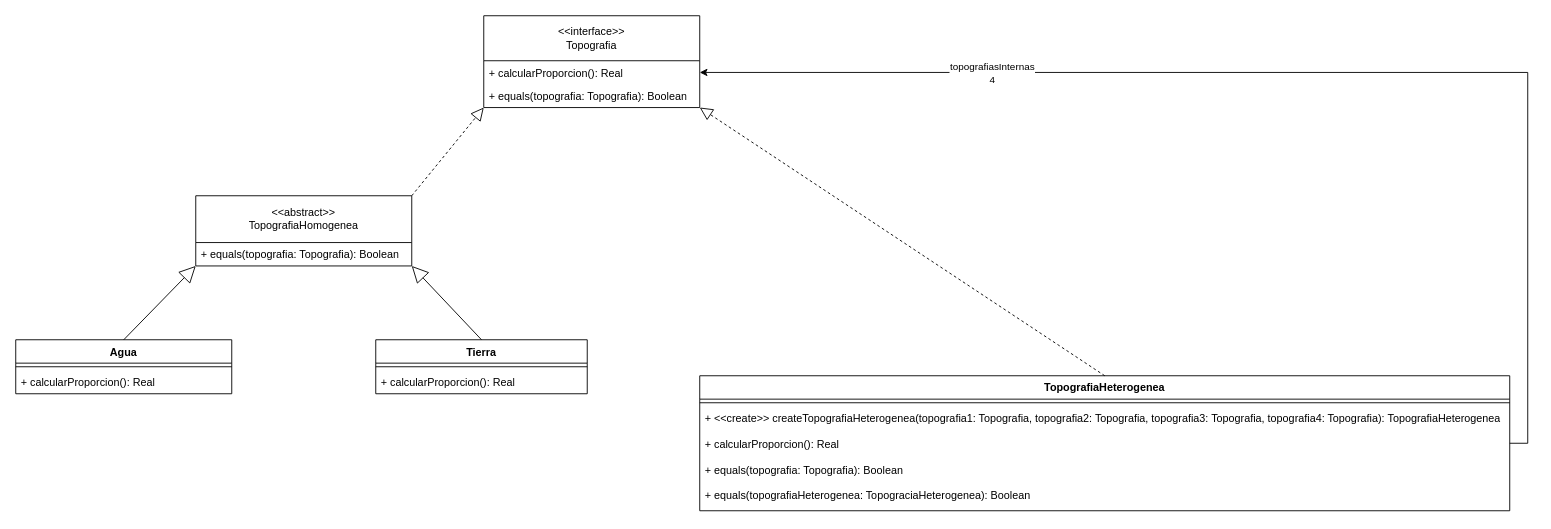
Earlier version of the draw.io diagram ejercicio6-topografia/diagrama.drawio (Jarvo98/OO2). Source tidied: cells renumbered, new cells numbered last; positions are measured from the earlier drawing's top-left corner, leaving out a move shared by most shapes. Both pictures are drawn from the tidied source at 90%, with x=0, y=0 at pixel (15, 15).
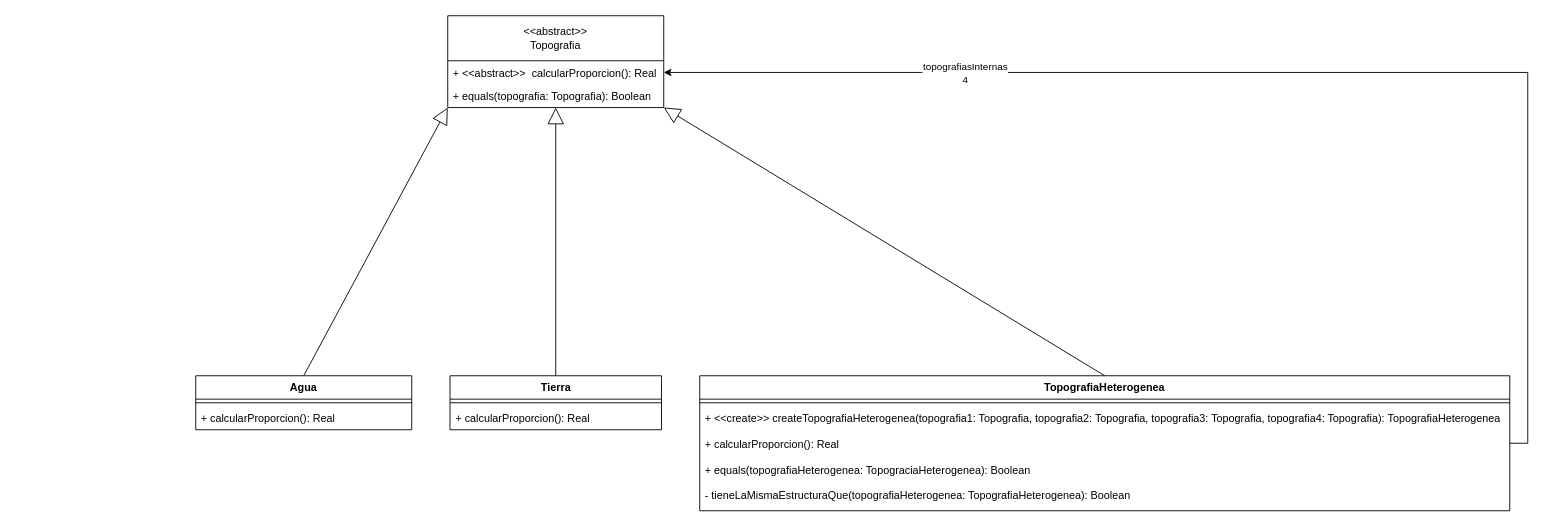
The same page after the edit.

Unchanged cells that the change refers to:
```xml
<mxCell id="13" value="TopografiaHeterogenea" style="swimlane;fontStyle=1;align=center;verticalAlign=top;horizontal=1;startSize=26;whiteSpace=wrap;html=1;" parent="1" vertex="1">
  <mxGeometry x="760" y="400" width="900" height="150" as="geometry" />
</mxCell>
```

What changed in the source:
```diff
@@
-    <mxCell id="2" value="&lt;div&gt;&amp;lt;&amp;lt;interface&amp;gt;&amp;gt;&lt;/div&gt;&lt;div&gt;Topografia&lt;br&gt;&lt;/div&gt;" style="swimlane;fontStyle=0;horizontal=1;startSize=50;fillColor=none;whiteSpace=wrap;html=1;" parent="1" vertex="1">
-      <mxGeometry x="520" width="240" height="102" as="geometry" />
+    <mxCell id="2" value="&lt;div&gt;&amp;lt;&amp;lt;abstract&amp;gt;&amp;gt;&lt;/div&gt;&lt;div&gt;Topografia&lt;br&gt;&lt;/div&gt;" style="swimlane;fontStyle=0;horizontal=1;startSize=50;fillColor=none;whiteSpace=wrap;html=1;" parent="1" vertex="1">
+      <mxGeometry x="480" width="240" height="102" as="geometry" />
     </mxCell>
-    <mxCell id="3" value="&lt;div&gt;+ calcularProporcion(): Real&lt;/div&gt;" style="text;strokeColor=none;fillColor=none;align=left;verticalAlign=top;spacingLeft=4;spacingRight=4;overflow=hidden;points=[[0,0.5],[1,0.5]];portConstraint=eastwest;whiteSpace=wrap;html=1;" parent="2" vertex="1">
+    <mxCell id="3" value="&lt;div&gt;+ &amp;lt;&amp;lt;abstract&amp;gt;&amp;gt;&amp;nbsp; calcularProporcion(): Real&lt;/div&gt;" style="text;strokeColor=none;fillColor=none;align=left;verticalAlign=top;spacingLeft=4;spacingRight=4;overflow=hidden;points=[[0,0.5],[1,0.5]];portConstraint=eastwest;whiteSpace=wrap;html=1;" parent="2" vertex="1">
       <mxGeometry y="50" width="240" height="26" as="geometry" />
     </mxCell>
@@
     <mxCell id="5" value="Agua" style="swimlane;fontStyle=1;align=center;verticalAlign=top;horizontal=1;startSize=26;whiteSpace=wrap;html=1;" parent="1" vertex="1">
-      <mxGeometry y="360" width="240" height="60" as="geometry" />
+      <mxGeometry x="200" y="400" width="240" height="60" as="geometry" />
     </mxCell>
@@
     <mxCell id="8" value="Tierra" style="swimlane;fontStyle=1;align=center;verticalAlign=top;horizontal=1;startSize=26;whiteSpace=wrap;html=1;" parent="1" vertex="1">
-      <mxGeometry x="400" y="360" width="235" height="60" as="geometry" />
+      <mxGeometry x="482.5" y="400" width="235" height="60" as="geometry" />
     </mxCell>
@@
-    <mxCell id="15" value="&lt;div&gt;+ &amp;lt;&amp;lt;create&amp;gt;&amp;gt; createTopografiaHeterogenea(topografia1: Topografia, topografia2: Topografia, topografia3: Topografia, topografia4: Topografia):&amp;nbsp;TopografiaHeterogenea&lt;br&gt; &lt;/div&gt;&lt;div&gt;&lt;br&gt;&lt;/div&gt;&lt;div&gt;+ calcularProporcion(): Real&lt;/div&gt;&lt;div&gt;&lt;br&gt;&lt;/div&gt;&lt;div&gt;+ equals(topografia: Topografia): Boolean&lt;/div&gt;&lt;div&gt;&lt;br&gt;&lt;/div&gt;&lt;div&gt;+ equals(topografiaHeterogenea: TopograciaHeterogenea): Boolean&lt;br&gt;&lt;/div&gt;" style="text;strokeColor=none;fillColor=none;align=left;verticalAlign=top;spacingLeft=4;spacingRight=4;overflow=hidden;whiteSpace=wrap;html=1;" parent="13" vertex="1">
+    <mxCell id="15" value="&lt;div&gt;+ &amp;lt;&amp;lt;create&amp;gt;&amp;gt; createTopografiaHeterogenea(topografia1: Topografia, topografia2: Topografia, topografia3: Topografia, topografia4: Topografia):&amp;nbsp;TopografiaHeterogenea&lt;br&gt; &lt;/div&gt;&lt;div&gt;&lt;br&gt;&lt;/div&gt;&lt;div&gt;+ calcularProporcion(): Real&lt;/div&gt;&lt;div&gt;&lt;br&gt;&lt;/div&gt;&lt;div&gt;+ equals(topografiaHeterogenea: TopograciaHeterogenea): Boolean&lt;/div&gt;&lt;div&gt;&lt;br&gt;&lt;/div&gt;&lt;div&gt;- tieneLaMismaEstructuraQue(topografiaHeterogenea: TopografiaHeterogenea): Boolean&lt;br&gt;&lt;/div&gt;" style="text;strokeColor=none;fillColor=none;align=left;verticalAlign=top;spacingLeft=4;spacingRight=4;overflow=hidden;whiteSpace=wrap;html=1;" parent="13" vertex="1">
       <mxGeometry y="34" width="900" height="116" as="geometry" />
     </mxCell>
-    <mxCell id="16" value="&lt;div&gt;&amp;lt;&amp;lt;abstract&amp;gt;&amp;gt;&lt;/div&gt;&lt;div&gt;TopografiaHomogenea&lt;br&gt;&lt;/div&gt;" style="swimlane;fontStyle=0;horizontal=1;startSize=52;fillColor=none;whiteSpace=wrap;html=1;" parent="1" vertex="1">
-      <mxGeometry x="200" y="200" width="240" height="78" as="geometry" />
-    </mxCell>
-    <mxCell id="17" value="+ equals(topografia: Topografia): Boolean" style="text;strokeColor=none;fillColor=none;align=left;verticalAlign=top;spacingLeft=4;spacingRight=4;overflow=hidden;whiteSpace=wrap;html=1;" parent="16" vertex="1">
-      <mxGeometry y="52" width="240" height="26" as="geometry" />
-    </mxCell>
-    <mxCell id="18" style="endArrow=block;endSize=16;endFill=0;html=1;rounded=0;exitX=0.5;exitY=0;exitDx=0;exitDy=0;entryX=0;entryY=1;entryDx=0;entryDy=0;" parent="1" edge="1" source="5" target="16">
+    <mxCell id="18" style="endArrow=block;endSize=16;endFill=0;html=1;rounded=0;exitX=0.5;exitY=0;exitDx=0;exitDy=0;entryX=0;entryY=1;entryDx=0;entryDy=0;" parent="1" edge="1" source="5" target="2">
       <mxGeometry relative="1" as="geometry" />
     </mxCell>
-    <mxCell id="19" style="endArrow=block;endSize=16;endFill=0;html=1;rounded=0;exitX=0.5;exitY=0;exitDx=0;exitDy=0;entryX=1;entryY=1;entryDx=0;entryDy=0;" parent="1" edge="1" source="8" target="16">
+    <mxCell id="19" style="endArrow=block;endSize=16;endFill=0;html=1;rounded=0;exitX=0.5;exitY=0;exitDx=0;exitDy=0;entryX=0.5;entryY=1;entryDx=0;entryDy=0;" parent="1" edge="1" source="8" target="2">
       <mxGeometry relative="1" as="geometry" />
     </mxCell>
-    <mxCell id="20" style="endArrow=block;dashed=1;endFill=0;endSize=12;html=1;rounded=0;entryX=0;entryY=1;entryDx=0;entryDy=0;exitX=1;exitY=0;exitDx=0;exitDy=0;" parent="1" edge="1" source="16" target="2">
-      <mxGeometry relative="1" as="geometry" />
-    </mxCell>
-    <mxCell id="21" style="endArrow=block;dashed=1;endFill=0;endSize=12;html=1;rounded=0;entryX=1;entryY=1;entryDx=0;entryDy=0;exitX=0.5;exitY=0;exitDx=0;exitDy=0;" parent="1" edge="1" source="13" target="2">
+    <mxCell id="21" style="endArrow=block;endSize=16;endFill=0;html=1;rounded=0;exitX=0.5;exitY=0;exitDx=0;exitDy=0;entryX=1;entryY=1;entryDx=0;entryDy=0;" parent="1" edge="1" source="13" target="2">
       <mxGeometry relative="1" as="geometry" />
     </mxCell>
```
